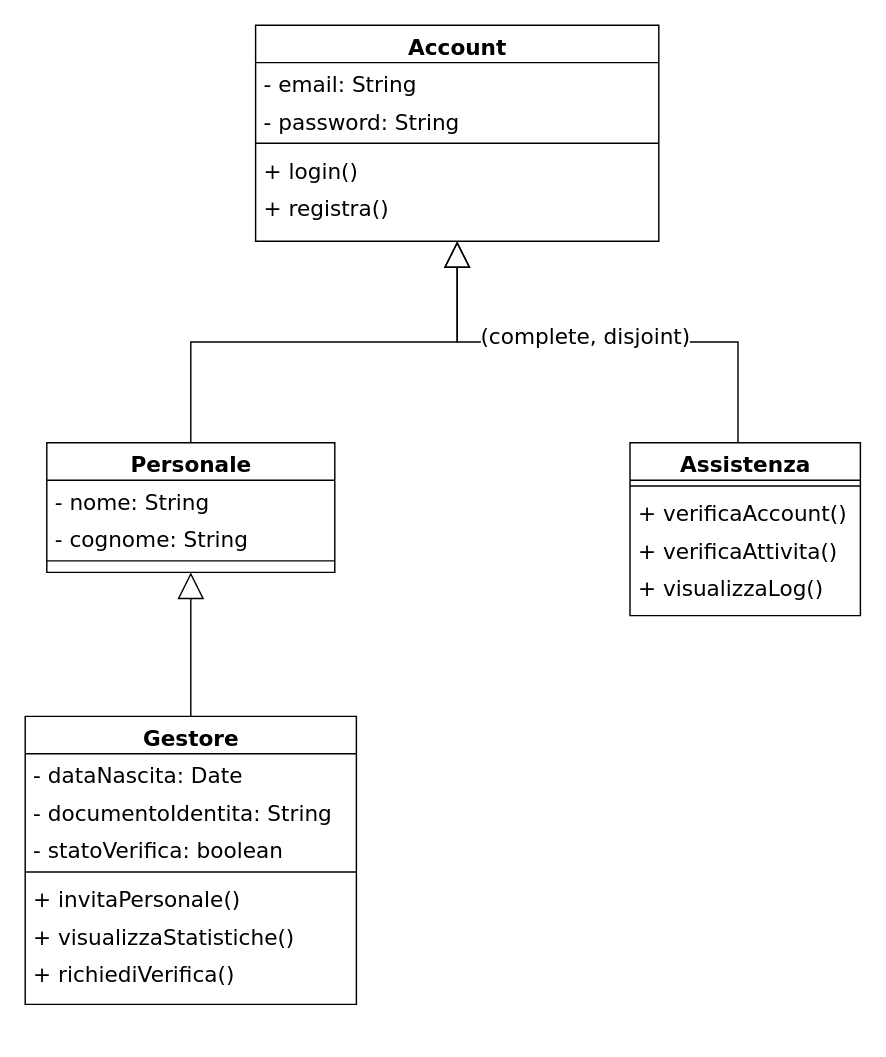
Marco-Burattoni/Progetto-ids keeps this draw.io diagram as page "Account" (2 of 6) of UML_classi.drawio. Above is the earlier version. Source tidied: cells renumbered, new cells numbered last; positions are measured from the earlier drawing's top-left corner, leaving out a move shared by most shapes. Both pictures are drawn from the tidied source at 144%, with x=0, y=0 at pixel (24, 24).
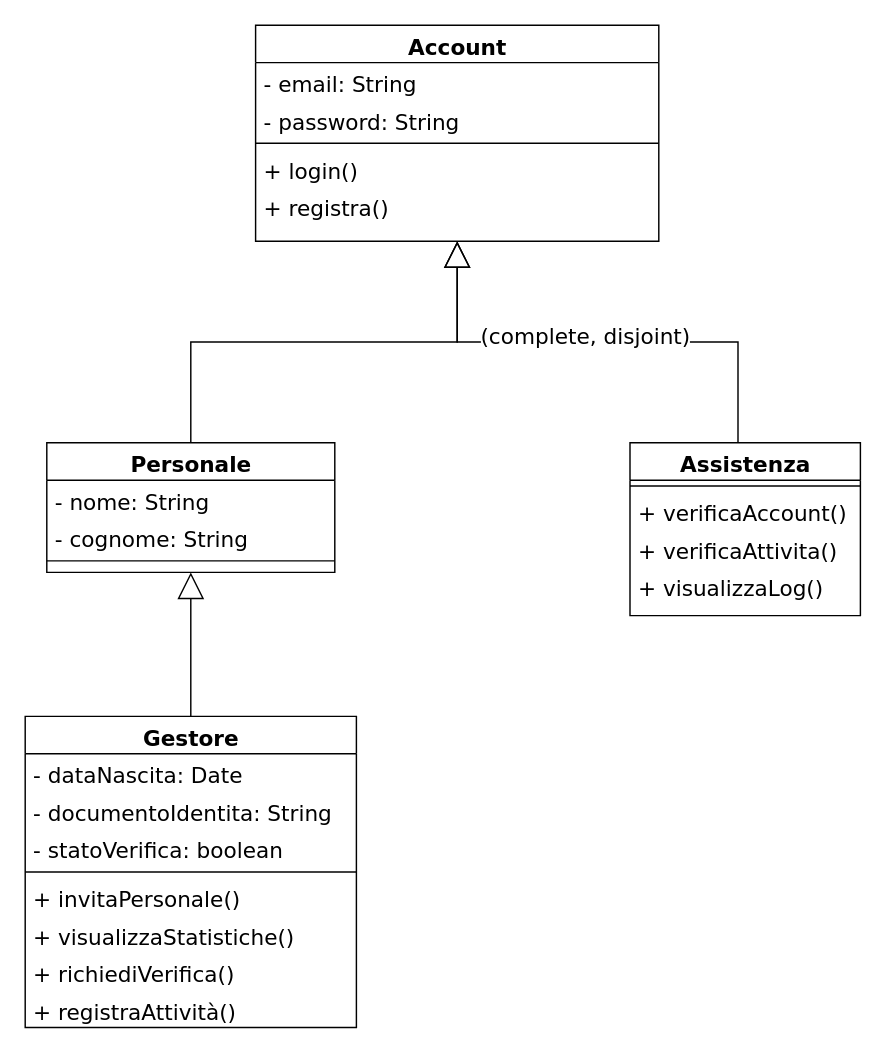
The same page after the edit.

Commit message (it also covers changes not shown here):
aggiunto registraAttività a gestore

Diff of the diagram source:
```diff
@@
     <mxCell id="6" value="Gestore" style="swimlane;html=1;fontStyle=1;align=center;verticalAlign=top;horizontal=1;startSize=26;swimlaneFillColor=#ffffff;rounded=0;shadow=0;comic=0;labelBackgroundColor=none;strokeWidth=1;fillColor=none;fontFamily=Verdana;fontSize=15;" parent="1" vertex="1">
-      <mxGeometry y="480" width="230" height="200" as="geometry" />
+      <mxGeometry y="480" width="230" height="216" as="geometry" />
     </mxCell>
@@
+    <mxCell id="28" value="+ registraAttività()" style="text;html=1;strokeColor=none;fillColor=none;align=left;verticalAlign=top;spacingLeft=4;spacingRight=4;whiteSpace=wrap;overflow=hidden;fontSize=15;fontFamily=Verdana;" parent="6" vertex="1">
+      <mxGeometry y="190" width="230" height="26" as="geometry" />
+    </mxCell>
```
